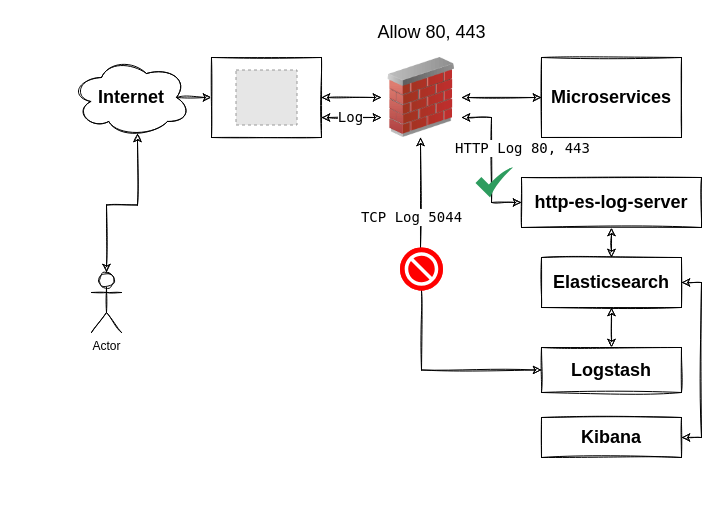
Above: kong-http-log-server-diagram.drawio in domecloud/kong-http-log-server (draw.io), before the change. Source tidied: cells renumbered, new cells numbered last; positions are measured from the earlier drawing's top-left corner, leaving out a move shared by most shapes. Both pictures are drawn from the tidied source at 100%, with x=0, y=0 at pixel (71, 17). Pictures stored in the file or linked from it are replaced by grey dashed boxes.
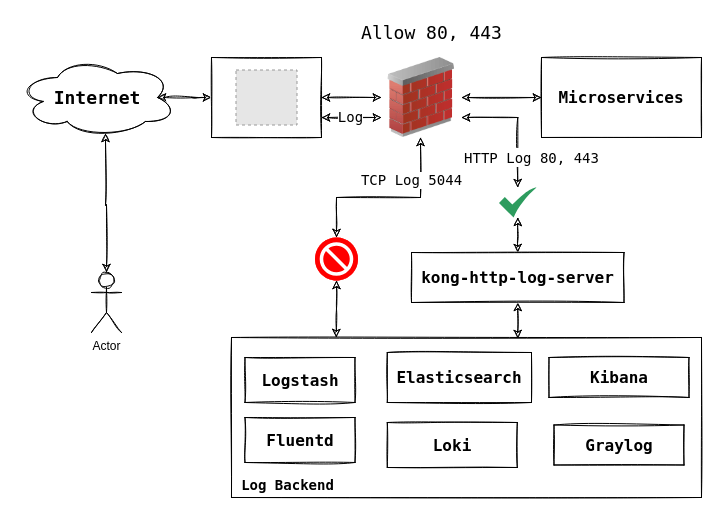
After the change.

Unchanged cells that the change refers to:
```xml
<mxCell id="8" style="rounded=0;whiteSpace=wrap;html=1;sketch=1;" parent="1" vertex="1">
  <mxGeometry x="140" y="40" width="110" height="80" as="geometry" />
</mxCell>
<mxCell id="17" style="image;html=1;image=img/lib/clip_art/networking/Firewall_02_128x128.png;sketch=1;" parent="1" vertex="1">
  <mxGeometry x="310" y="40" width="80" height="80" as="geometry" />
</mxCell>
```

Diff of the diagram source:
```diff
@@
+    <mxCell id="28" style="rounded=0;whiteSpace=wrap;html=1;sketch=1;fontFamily=Monaco;fontSize=14;" parent="1" vertex="1">
+      <mxGeometry x="160" y="320" width="470" height="160" as="geometry" />
+    </mxCell>
-    <mxCell id="2" style="edgeStyle=orthogonalEdgeStyle;rounded=0;sketch=1;jettySize=auto;html=1;exitX=0.875;exitY=0.5;exitDx=0;exitDy=0;exitPerimeter=0;entryX=0;entryY=0.5;entryDx=0;entryDy=0;" parent="1" edge="1" source="3" target="8">
+    <mxCell id="2" style="edgeStyle=orthogonalEdgeStyle;rounded=0;sketch=1;jettySize=auto;html=1;exitX=0.875;exitY=0.5;exitDx=0;exitDy=0;exitPerimeter=0;entryX=0;entryY=0.5;entryDx=0;entryDy=0;startArrow=classic;startFill=1;" parent="1" edge="1" source="3" target="8">
       <mxGeometry relative="1" as="geometry" />
     </mxCell>
-    <mxCell id="3" value="&lt;b&gt;&lt;font style=&quot;font-size: 18px&quot;&gt;Internet&lt;/font&gt;&lt;/b&gt;" style="ellipse;shape=cloud;whiteSpace=wrap;html=1;sketch=1;" parent="1" vertex="1">
-      <mxGeometry y="40" width="120" height="80" as="geometry" />
+    <mxCell id="3" value="&lt;b&gt;&lt;font style=&quot;font-size: 18px&quot;&gt;Internet&lt;/font&gt;&lt;/b&gt;" style="ellipse;shape=cloud;whiteSpace=wrap;html=1;sketch=1;fontFamily=Monaco;" parent="1" vertex="1">
+      <mxGeometry x="-54" y="40" width="160" height="80" as="geometry" />
     </mxCell>
-    <mxCell id="4" value="&lt;b&gt;&lt;font style=&quot;font-size: 18px&quot;&gt;Microservices&lt;/font&gt;&lt;/b&gt;" style="rounded=0;whiteSpace=wrap;html=1;sketch=1;" parent="1" vertex="1">
-      <mxGeometry x="470" y="40" width="140" height="80" as="geometry" />
+    <mxCell id="4" value="&lt;b style=&quot;font-size: 16px;&quot;&gt;&lt;font style=&quot;font-size: 16px;&quot;&gt;Microservices&lt;/font&gt;&lt;/b&gt;" style="rounded=0;whiteSpace=wrap;html=1;sketch=1;fontFamily=Monaco;fontSize=16;" parent="1" vertex="1">
+      <mxGeometry x="470" y="40" width="160" height="80" as="geometry" />
     </mxCell>
@@
-    <mxCell id="13" style="edgeStyle=orthogonalEdgeStyle;rounded=0;sketch=1;jettySize=auto;html=1;exitX=0.5;exitY=1;exitDx=0;exitDy=0;entryX=0;entryY=0.5;entryDx=0;entryDy=0;startArrow=none;startFill=0;fontSize=18;" parent="1" edge="1" source="24" target="22">
-      <mxGeometry relative="1" as="geometry" />
-    </mxCell>
-    <mxCell id="14" value="TCP Log 5044" style="edgeStyle=orthogonalEdgeStyle;rounded=0;sketch=1;orthogonalLoop=1;jettySize=auto;html=1;exitX=0.5;exitY=1;exitDx=0;exitDy=0;entryX=0.5;entryY=0;entryDx=0;entryDy=0;entryPerimeter=0;startArrow=classic;startFill=1;fontSize=14;fontFamily=Monaco;endArrow=none;endFill=0;" parent="1" edge="1">
-      <mxGeometry x="0.45" y="-9" relative="1" as="geometry">
-        <mxPoint x="349" y="120" as="sourcePoint" />
-        <mxPoint x="349" y="230" as="targetPoint" />
-      </mxGeometry>
-    </mxCell>
-    <mxCell id="15" style="edgeStyle=orthogonalEdgeStyle;rounded=0;sketch=1;jettySize=auto;html=1;exitX=1;exitY=0.75;exitDx=0;exitDy=0;entryX=0;entryY=0.5;entryDx=0;entryDy=0;startArrow=classic;startFill=1;fontSize=18;" parent="1" edge="1" source="17" target="26">
-      <mxGeometry relative="1" as="geometry" />
-    </mxCell>
-    <mxCell id="16" value="HTTP Log 80, 443" style="edgeLabel;html=1;align=center;verticalAlign=middle;fontSize=14;fontFamily=Monaco;" parent="15" vertex="1">
-      <mxGeometry x="-0.19" y="-3" relative="1" as="geometry">
-        <mxPoint x="33" y="1" as="offset" />
-      </mxGeometry>
-    </mxCell>
@@
-    <mxCell id="18" value="Allow 80, 443" style="text;html=1;align=center;verticalAlign=middle;fontSize=18;" parent="1" vertex="1">
-      <mxGeometry x="300" width="120" height="30" as="geometry" />
+    <mxCell id="18" value="Allow 80, 443" style="text;html=1;align=center;verticalAlign=middle;fontSize=18;fontFamily=Monaco;" parent="1" vertex="1">
+      <mxGeometry x="280" width="160" height="30" as="geometry" />
     </mxCell>
-    <mxCell id="19" style="edgeStyle=orthogonalEdgeStyle;rounded=0;sketch=1;jettySize=auto;html=1;exitX=1;exitY=0.5;exitDx=0;exitDy=0;entryX=1;entryY=0.5;entryDx=0;entryDy=0;startArrow=classic;startFill=1;fontSize=18;" parent="1" edge="1" source="20" target="23">
-      <mxGeometry relative="1" as="geometry" />
-    </mxCell>
-    <mxCell id="20" value="&lt;b&gt;&lt;font style=&quot;font-size: 18px&quot;&gt;Elasticsearch&lt;/font&gt;&lt;/b&gt;" style="rounded=0;whiteSpace=wrap;html=1;sketch=1;" parent="1" vertex="1">
-      <mxGeometry x="470" y="240" width="140" height="50" as="geometry" />
+    <mxCell id="20" value="&lt;b style=&quot;font-size: 16px;&quot;&gt;&lt;font style=&quot;font-size: 16px;&quot;&gt;Elasticsearch&lt;/font&gt;&lt;/b&gt;" style="rounded=0;whiteSpace=wrap;html=1;sketch=1;fontFamily=Monaco;fontSize=16;" parent="1" vertex="1">
+      <mxGeometry x="315.8" y="335" width="144.2" height="50" as="geometry" />
     </mxCell>
-    <mxCell id="21" style="edgeStyle=orthogonalEdgeStyle;rounded=0;sketch=1;jettySize=auto;html=1;exitX=0.5;exitY=0;exitDx=0;exitDy=0;entryX=0.5;entryY=1;entryDx=0;entryDy=0;startArrow=classic;startFill=1;fontSize=18;" parent="1" edge="1" source="22" target="20">
-      <mxGeometry relative="1" as="geometry" />
-    </mxCell>
-    <mxCell id="22" value="&lt;b&gt;&lt;font style=&quot;font-size: 18px&quot;&gt;Logstash&lt;/font&gt;&lt;/b&gt;" style="rounded=0;whiteSpace=wrap;html=1;sketch=1;" parent="1" vertex="1">
-      <mxGeometry x="470" y="330" width="140" height="45" as="geometry" />
+    <mxCell id="22" value="&lt;b style=&quot;font-size: 16px;&quot;&gt;&lt;font style=&quot;font-size: 16px;&quot;&gt;Logstash&lt;/font&gt;&lt;/b&gt;" style="rounded=0;whiteSpace=wrap;html=1;sketch=1;fontFamily=Monaco;fontSize=16;" parent="1" vertex="1">
+      <mxGeometry x="173.5" y="340" width="110" height="45" as="geometry" />
     </mxCell>
-    <mxCell id="23" value="&lt;b&gt;&lt;font style=&quot;font-size: 18px&quot;&gt;Kibana&lt;/font&gt;&lt;/b&gt;" style="rounded=0;whiteSpace=wrap;html=1;sketch=1;" parent="1" vertex="1">
-      <mxGeometry x="470" y="400" width="140" height="40" as="geometry" />
+    <mxCell id="23" value="&lt;b style=&quot;font-size: 16px;&quot;&gt;&lt;font style=&quot;font-size: 16px;&quot;&gt;Kibana&lt;/font&gt;&lt;/b&gt;" style="rounded=0;whiteSpace=wrap;html=1;sketch=1;fontFamily=Monaco;fontSize=16;" parent="1" vertex="1">
+      <mxGeometry x="477.5" y="340" width="140" height="40" as="geometry" />
     </mxCell>
+    <mxCell id="29" style="edgeStyle=orthogonalEdgeStyle;rounded=0;sketch=1;jettySize=auto;html=1;exitX=0.5;exitY=1;exitDx=0;exitDy=0;entryX=0.609;entryY=0.006;entryDx=0;entryDy=0;entryPerimeter=0;startArrow=classic;startFill=1;endArrow=classic;endFill=1;fontFamily=Monaco;fontSize=14;" parent="1" edge="1" source="26" target="28">
+      <mxGeometry relative="1" as="geometry" />
+    </mxCell>
+    <mxCell id="30" style="edgeStyle=orthogonalEdgeStyle;rounded=0;sketch=1;jettySize=auto;html=1;exitX=0.5;exitY=0;exitDx=0;exitDy=0;startArrow=classic;startFill=1;endArrow=classic;endFill=1;fontFamily=Monaco;fontSize=16;" parent="1" edge="1" source="26" target="27">
+      <mxGeometry relative="1" as="geometry" />
+    </mxCell>
+    <mxCell id="26" value="&lt;span style=&quot;font-size: 16px;&quot;&gt;&lt;b style=&quot;font-size: 16px;&quot;&gt;kong-http-log-server&lt;/b&gt;&lt;/span&gt;" style="rounded=0;whiteSpace=wrap;html=1;sketch=1;fontFamily=Monaco;fontSize=16;" parent="1" vertex="1">
+      <mxGeometry x="340" y="235" width="212.5" height="50" as="geometry" />
+    </mxCell>
+    <mxCell id="31" style="edgeStyle=orthogonalEdgeStyle;rounded=0;sketch=1;jettySize=auto;html=1;exitX=0.5;exitY=1;exitDx=0;exitDy=0;exitPerimeter=0;entryX=0.223;entryY=0;entryDx=0;entryDy=0;entryPerimeter=0;startArrow=classic;startFill=1;endArrow=classic;endFill=1;fontFamily=Monaco;fontSize=14;" parent="1" edge="1" source="24" target="28">
+      <mxGeometry relative="1" as="geometry" />
+    </mxCell>
     <mxCell id="24" style="verticalLabelPosition=bottom;html=1;strokeColor=#ffffff;verticalAlign=top;align=center;points=[[0.145,0.145,0],[0.5,0,0],[0.855,0.145,0],[1,0.5,0],[0.855,0.855,0],[0.5,1,0],[0.145,0.855,0],[0,0.5,0]];shape=mxgraph.cisco_safe.compositeIcon;bgIcon=ellipse;resIcon=mxgraph.cisco_safe.capability.block;sketch=0;fontSize=18;fillColor=#FF0000;" parent="1" vertex="1">
-      <mxGeometry x="328.5" y="230" width="43" height="43" as="geometry" />
+      <mxGeometry x="243.5" y="220" width="43" height="43" as="geometry" />
     </mxCell>
-    <mxCell id="25" style="edgeStyle=orthogonalEdgeStyle;rounded=0;sketch=1;jettySize=auto;html=1;exitX=0.5;exitY=1;exitDx=0;exitDy=0;entryX=0.5;entryY=0;entryDx=0;entryDy=0;startArrow=classic;startFill=1;fontSize=18;" parent="1" edge="1" source="26" target="20">
-      <mxGeometry relative="1" as="geometry" />
-    </mxCell>
-    <mxCell id="26" value="&lt;span style=&quot;font-size: 18px&quot;&gt;&lt;b&gt;http-es-log-server&lt;/b&gt;&lt;/span&gt;" style="rounded=0;whiteSpace=wrap;html=1;sketch=1;" parent="1" vertex="1">
-      <mxGeometry x="450" y="160" width="180" height="50" as="geometry" />
-    </mxCell>
+    <mxCell id="14" value="TCP Log 5044" style="edgeStyle=orthogonalEdgeStyle;rounded=0;sketch=1;jettySize=auto;html=1;exitX=0.5;exitY=1;exitDx=0;exitDy=0;entryX=0.5;entryY=0;entryDx=0;entryDy=0;entryPerimeter=0;startArrow=classic;startFill=1;fontSize=14;fontFamily=Monaco;endArrow=classic;endFill=1;" parent="1" edge="1" target="24">
+      <mxGeometry x="-0.53" y="-9" relative="1" as="geometry">
+        <mxPoint x="349" y="120" as="sourcePoint" />
+        <Array as="points">
+          <mxPoint x="349" y="180" />
+          <mxPoint x="265" y="180" />
+        </Array>
+      </mxGeometry>
+    </mxCell>
+    <mxCell id="32" value="Log Backend" style="text;html=1;align=center;verticalAlign=middle;fontSize=14;fontFamily=Monaco;fontStyle=1;" parent="1" vertex="1">
+      <mxGeometry x="161" y="458" width="110" height="20" as="geometry" />
+    </mxCell>
+    <mxCell id="33" value="&lt;b style=&quot;font-size: 16px;&quot;&gt;&lt;font style=&quot;font-size: 16px;&quot;&gt;Fluentd&lt;/font&gt;&lt;/b&gt;" style="rounded=0;whiteSpace=wrap;html=1;sketch=1;fontFamily=Monaco;fontSize=16;" parent="1" vertex="1">
+      <mxGeometry x="173.5" y="400" width="110" height="45" as="geometry" />
+    </mxCell>
+    <mxCell id="34" value="&lt;b style=&quot;font-size: 16px;&quot;&gt;&lt;font style=&quot;font-size: 16px;&quot;&gt;Graylog&lt;/font&gt;&lt;/b&gt;" style="rounded=0;whiteSpace=wrap;html=1;sketch=1;fontFamily=Monaco;fontSize=16;" parent="1" vertex="1">
+      <mxGeometry x="482.5" y="407.5" width="130" height="40" as="geometry" />
+    </mxCell>
+    <mxCell id="35" value="&lt;b style=&quot;font-size: 16px;&quot;&gt;&lt;font style=&quot;font-size: 16px;&quot;&gt;Loki&lt;/font&gt;&lt;/b&gt;" style="rounded=0;whiteSpace=wrap;html=1;sketch=1;fontFamily=Monaco;fontSize=16;" parent="1" vertex="1">
+      <mxGeometry x="315.8" y="405" width="130" height="45" as="geometry" />
+    </mxCell>
+    <mxCell id="36" style="edgeStyle=orthogonalEdgeStyle;rounded=0;sketch=1;orthogonalLoop=1;jettySize=auto;html=1;exitX=0.5;exitY=1;exitDx=0;exitDy=0;startArrow=classic;startFill=1;endArrow=classic;endFill=1;fontFamily=Monaco;fontSize=14;" parent="1" edge="1" source="28" target="28">
+      <mxGeometry relative="1" as="geometry" />
+    </mxCell>
     <mxCell id="27" style="html=1;strokeColor=none;shadow=0;align=center;verticalAlign=top;fillColor=#2D9C5E;shape=mxgraph.gcp2.check;sketch=0;fontFamily=Monaco;fontSize=14;" parent="1" vertex="1">
-      <mxGeometry x="404" y="150" width="37.5" height="30" as="geometry" />
+      <mxGeometry x="427.5" y="170" width="37.5" height="30" as="geometry" />
     </mxCell>
+    <mxCell id="37" style="edgeStyle=orthogonalEdgeStyle;rounded=0;sketch=1;jettySize=auto;html=1;exitX=1;exitY=0.75;exitDx=0;exitDy=0;entryX=0.5;entryY=0;entryDx=0;entryDy=0;startArrow=classic;startFill=1;endArrow=classic;endFill=1;fontFamily=Monaco;fontSize=14;" parent="1" edge="1" source="17" target="27">
+      <mxGeometry relative="1" as="geometry" />
+    </mxCell>
+    <mxCell id="16" value="&lt;span style=&quot;font-size: 14px&quot;&gt;HTTP Log 80, 443&lt;/span&gt;" style="edgeLabel;html=1;align=center;verticalAlign=middle;fontSize=16;fontFamily=Monaco;" parent="37" vertex="1">
+      <mxGeometry x="0.33" y="-1" relative="1" as="geometry">
+        <mxPoint x="14.7" y="12.3" as="offset" />
+      </mxGeometry>
+    </mxCell>
```
